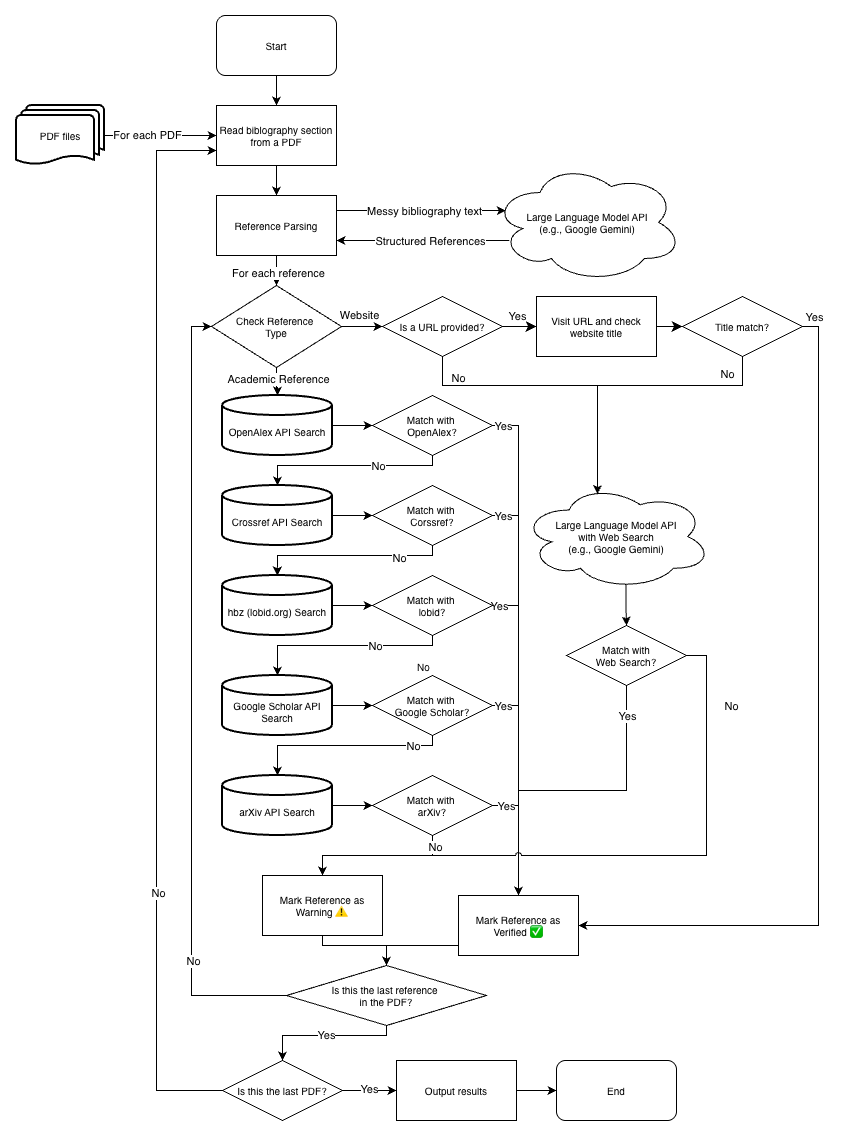
Before: images/flowchart.drawio.png, a diagram exported from draw.io (ykangw/VeriExCiting). Source tidied: cells renumbered, new cells last; positions are measured from the earlier drawing's top-left corner, leaving out a move shared by most shapes.
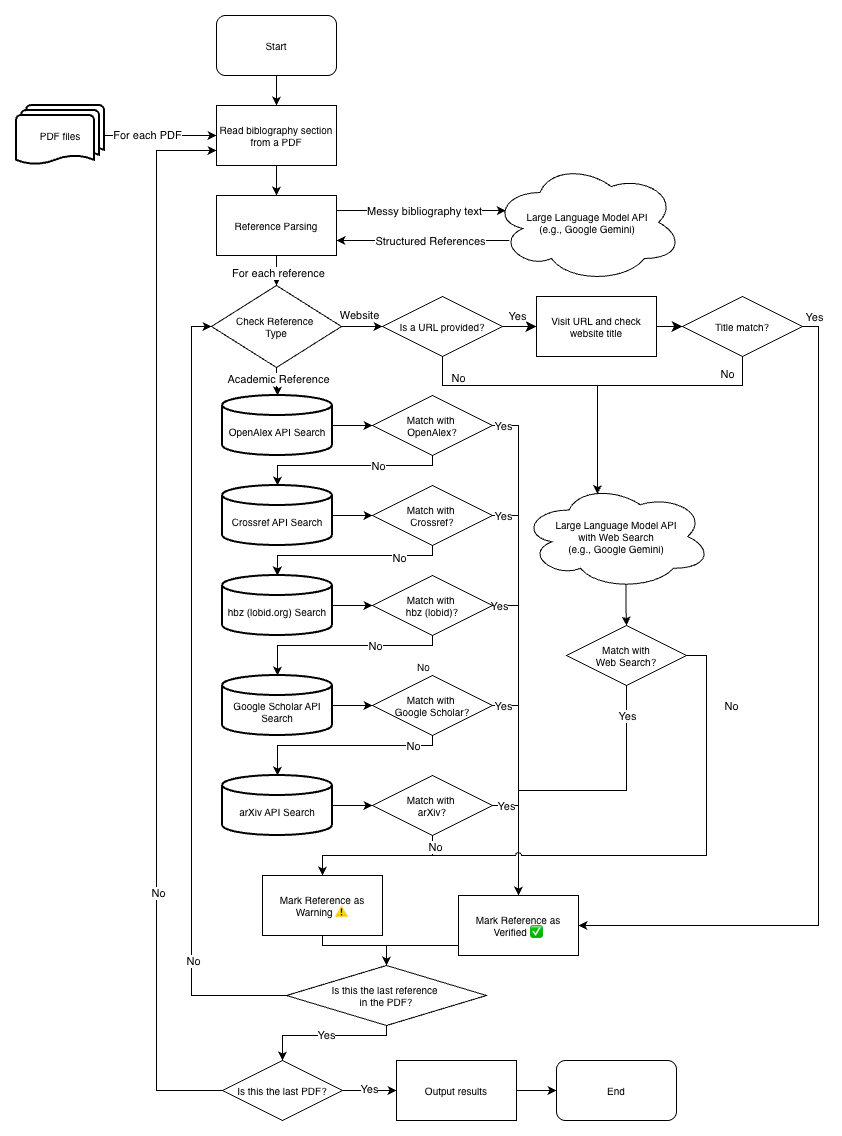
After the commit.

Commit message:
doc: fix typo in flowchart

Diff of the diagram source:
```diff
@@ -55,7 +55,7 @@
         <mxPoint x="-16" y="-41" as="offset" />
       </mxGeometry>
     </mxCell>
-    <mxCell id="17" value="Match with&amp;nbsp;&lt;div&gt;Corssref?&lt;/div&gt;" style="shape=rhombus;perimeter=rhombusPerimeter;whiteSpace=wrap;html=1;align=center;fontSize=10;" parent="1" vertex="1">
+    <mxCell id="17" value="Match with&amp;nbsp;&lt;div&gt;Crossref?&lt;/div&gt;" style="shape=rhombus;perimeter=rhombusPerimeter;whiteSpace=wrap;html=1;align=center;fontSize=10;" parent="1" vertex="1">
       <mxGeometry x="356" y="470" width="120" height="60" as="geometry" />
     </mxCell>
     <mxCell id="18" style="edgeStyle=orthogonalEdgeStyle;rounded=0;jettySize=auto;html=1;jumpStyle=arc;exitX=1;exitY=0.5;exitDx=0;exitDy=0;entryX=0.5;entryY=0;entryDx=0;entryDy=0;" parent="1" edge="1" source="21" target="48">
@@ -133,7 +133,7 @@
     <mxCell id="34" value="&lt;div&gt;&lt;br&gt;&lt;/div&gt;hbz (lobid.org) Search" style="strokeWidth=2;html=1;shape=mxgraph.flowchart.database;whiteSpace=wrap;fontSize=10;" parent="1" vertex="1">
       <mxGeometry x="206" y="560" width="110" height="60" as="geometry" />
     </mxCell>
-    <mxCell id="35" value="Match with&amp;nbsp;&lt;div&gt;lobid?&lt;/div&gt;" style="shape=rhombus;perimeter=rhombusPerimeter;whiteSpace=wrap;html=1;align=center;fontSize=10;" parent="1" vertex="1">
+    <mxCell id="35" value="Match with&amp;nbsp;&lt;div&gt;hbz (lobid)&lt;span style=&quot;background-color: transparent; color: light-dark(rgb(0, 0, 0), rgb(255, 255, 255));&quot;&gt;?&lt;/span&gt;&lt;/div&gt;" style="shape=rhombus;perimeter=rhombusPerimeter;whiteSpace=wrap;html=1;align=center;fontSize=10;" parent="1" vertex="1">
       <mxGeometry x="356" y="560" width="120" height="60" as="geometry" />
     </mxCell>
     <mxCell id="36" style="edgeStyle=orthogonalEdgeStyle;rounded=0;jettySize=auto;html=1;" parent="1" edge="1" source="34" target="35">
```
